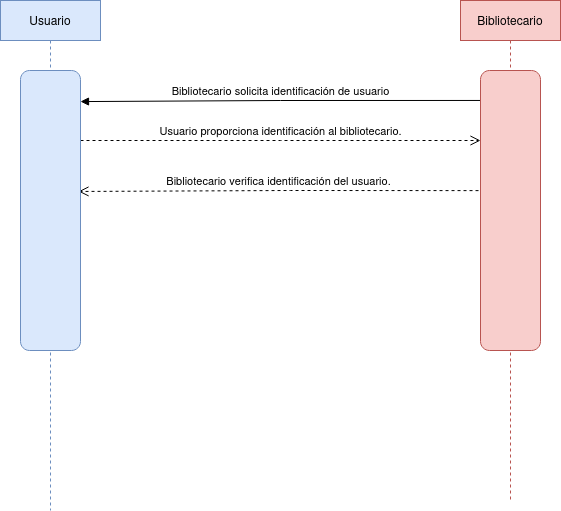
This is Diagramas/Casos de uso biblioteca/DS Biblioteca.drawio.png from RafaelMayor/ETS, a draw.io export, as it was before one commit. Source tidied: cells renumbered, new cells last; positions are measured from the earlier drawing's top-left corner, leaving out a move shared by most shapes. The source it was exported from:
```xml
<mxGraphModel>
  <root>
    <mxCell id="0" />
    <mxCell id="1" parent="0" />
    <mxCell id="2" value="Usuario" style="shape=umlLifeline;perimeter=lifelinePerimeter;whiteSpace=wrap;html=1;newEdgeStyle={&quot;curved&quot;:0,&quot;rounded&quot;:0};fillColor=#dae8fc;strokeColor=#6c8ebf;" parent="1" vertex="1">
      <mxGeometry x="90" width="100" height="510" as="geometry" />
    </mxCell>
    <mxCell id="3" value="Bibliotecario" style="shape=umlLifeline;perimeter=lifelinePerimeter;whiteSpace=wrap;html=1;newEdgeStyle={&quot;curved&quot;:0,&quot;rounded&quot;:0};fillColor=#f8cecc;strokeColor=#b85450;" parent="1" vertex="1">
      <mxGeometry x="550" width="100" height="500" as="geometry" />
    </mxCell>
    <mxCell id="4" value="&lt;div&gt;Bibliotecario solicita identificación de usuario&lt;/div&gt;" style="html=1;verticalAlign=bottom;endArrow=block;curved=0;rounded=0;exitX=0.107;exitY=1;exitDx=0;exitDy=0;exitPerimeter=0;entryX=0.111;entryY=0;entryDx=0;entryDy=0;entryPerimeter=0;" parent="1" edge="1" source="8" target="7">
      <mxGeometry relative="1" as="geometry">
        <Array as="points">
          <mxPoint x="370" y="100" />
        </Array>
      </mxGeometry>
    </mxCell>
    <mxCell id="5" value="Usuario proporciona identificación al bibliotecario." style="html=1;verticalAlign=bottom;endArrow=open;dashed=1;endSize=8;curved=0;rounded=0;exitX=0.25;exitY=0;exitDx=0;exitDy=0;entryX=0.25;entryY=1;entryDx=0;entryDy=0;" parent="1" edge="1" source="7" target="8">
      <mxGeometry relative="1" as="geometry">
        <Array as="points">
          <mxPoint x="370" y="140" />
        </Array>
      </mxGeometry>
    </mxCell>
    <mxCell id="6" value="Bibliotecario verifica identificación del usuario." style="html=1;verticalAlign=bottom;endArrow=open;dashed=1;endSize=8;curved=0;rounded=0;exitX=0.429;exitY=1.033;exitDx=0;exitDy=0;exitPerimeter=0;entryX=0.432;entryY=0.033;entryDx=0;entryDy=0;entryPerimeter=0;" parent="1" edge="1" source="8" target="7">
      <mxGeometry relative="1" as="geometry">
        <Array as="points">
          <mxPoint x="380" y="190" />
        </Array>
      </mxGeometry>
    </mxCell>
    <mxCell id="7" style="rounded=1;whiteSpace=wrap;html=1;rotation=90;fillColor=#dae8fc;strokeColor=#6c8ebf;" parent="1" vertex="1">
      <mxGeometry y="180" width="280" height="60" as="geometry" />
    </mxCell>
    <mxCell id="8" style="rounded=1;whiteSpace=wrap;html=1;rotation=90;fillColor=#f8cecc;strokeColor=#b85450;" parent="1" vertex="1">
      <mxGeometry x="460" y="180" width="280" height="60" as="geometry" />
    </mxCell>
  </root>
</mxGraphModel>
```
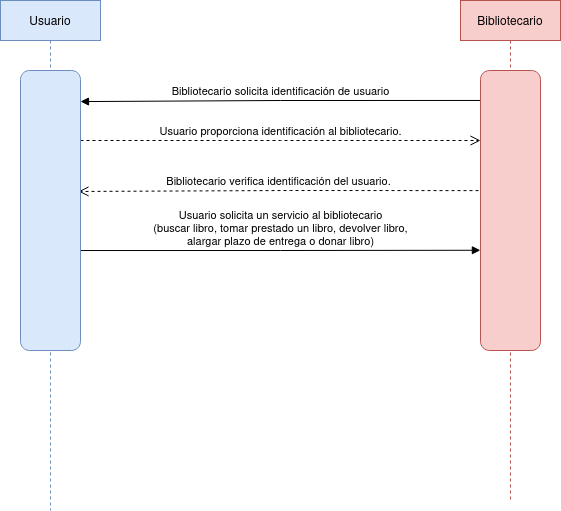
Later version of the same file.

What changed in the source:
```diff
@@ -35,5 +35,12 @@
     <mxCell id="8" style="rounded=1;whiteSpace=wrap;html=1;rotation=90;fillColor=#f8cecc;strokeColor=#b85450;" parent="1" vertex="1">
       <mxGeometry x="460" y="180" width="280" height="60" as="geometry" />
     </mxCell>
+    <mxCell id="9" value="&lt;div&gt;Usuario solicita un servicio al bibliotecario&lt;/div&gt;&lt;div&gt;(buscar libro, tomar prestado un libro, devolver libro,&lt;/div&gt;&lt;div&gt;alargar plazo de entrega o donar libro)&lt;/div&gt;" style="html=1;verticalAlign=bottom;endArrow=block;curved=0;rounded=0;entryX=0.642;entryY=1.002;entryDx=0;entryDy=0;entryPerimeter=0;exitX=0.643;exitY=-0.006;exitDx=0;exitDy=0;exitPerimeter=0;" parent="1" edge="1" source="7" target="8">
+      <mxGeometry relative="1" as="geometry">
+        <Array as="points">
+          <mxPoint x="370" y="250" />
+        </Array>
+      </mxGeometry>
+    </mxCell>
   </root>
 </mxGraphModel>
```
